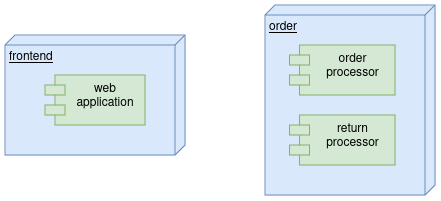
Earlier version of the draw.io export workflows/components_architecture.png (movies-albrains/.github). Source tidied: cells renumbered, new cells last; positions are measured from the earlier drawing's top-left corner, leaving out a move shared by most shapes.
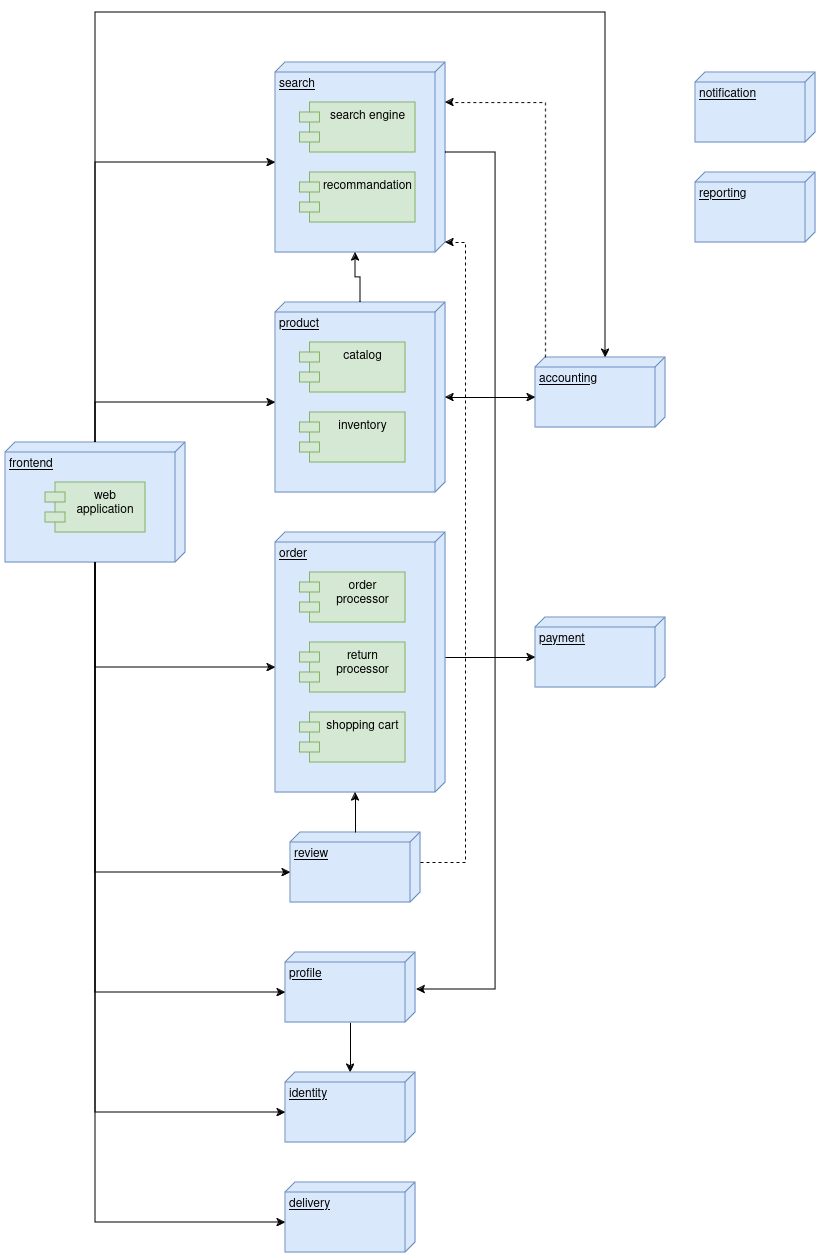
Above is the later version.

Change to the diagram source:
```diff
@@ -9,7 +9,7 @@
       <mxGeometry x="40" y="40" width="100" height="50" as="geometry" />
     </mxCell>
     <mxCell id="4" value="order" style="verticalAlign=top;align=left;spacingTop=8;spacingLeft=2;spacingRight=12;shape=cube;size=10;direction=south;fontStyle=4;html=1;whiteSpace=wrap;fillColor=#dae8fc;strokeColor=#6c8ebf;" parent="1" vertex="1">
-      <mxGeometry x="260" width="170" height="190" as="geometry" />
+      <mxGeometry x="270" y="120" width="170" height="260" as="geometry" />
     </mxCell>
     <mxCell id="5" value="order processor" style="shape=module;align=left;spacingLeft=20;align=center;verticalAlign=top;whiteSpace=wrap;html=1;fillColor=#d5e8d4;strokeColor=#82b366;" parent="4" vertex="1">
       <mxGeometry x="24.5" y="40" width="105.5" height="50" as="geometry" />
@@ -17,5 +17,136 @@
     <mxCell id="6" value="return processor" style="shape=module;align=left;spacingLeft=20;align=center;verticalAlign=top;whiteSpace=wrap;html=1;fillColor=#d5e8d4;strokeColor=#82b366;" parent="4" vertex="1">
       <mxGeometry x="24.5" y="110" width="105.5" height="50" as="geometry" />
     </mxCell>
+    <mxCell id="7" value="shopping cart" style="shape=module;align=left;spacingLeft=20;align=center;verticalAlign=top;whiteSpace=wrap;html=1;fillColor=#d5e8d4;strokeColor=#82b366;" parent="4" vertex="1">
+      <mxGeometry x="24.5" y="180" width="105.5" height="50" as="geometry" />
+    </mxCell>
+    <mxCell id="8" value="accounting" style="verticalAlign=top;align=left;spacingTop=8;spacingLeft=2;spacingRight=12;shape=cube;size=10;direction=south;fontStyle=4;html=1;whiteSpace=wrap;fillColor=#dae8fc;strokeColor=#6c8ebf;" parent="1" vertex="1">
+      <mxGeometry x="530" y="-55" width="130" height="70" as="geometry" />
+    </mxCell>
+    <mxCell id="9" value="payment" style="verticalAlign=top;align=left;spacingTop=8;spacingLeft=2;spacingRight=12;shape=cube;size=10;direction=south;fontStyle=4;html=1;whiteSpace=wrap;fillColor=#dae8fc;strokeColor=#6c8ebf;" parent="1" vertex="1">
+      <mxGeometry x="530" y="205" width="130" height="70" as="geometry" />
+    </mxCell>
+    <mxCell id="10" value="notification" style="verticalAlign=top;align=left;spacingTop=8;spacingLeft=2;spacingRight=12;shape=cube;size=10;direction=south;fontStyle=4;html=1;whiteSpace=wrap;fillColor=#dae8fc;strokeColor=#6c8ebf;" parent="1" vertex="1">
+      <mxGeometry x="690" y="-340" width="120" height="70" as="geometry" />
+    </mxCell>
+    <mxCell id="11" value="reporting" style="verticalAlign=top;align=left;spacingTop=8;spacingLeft=2;spacingRight=12;shape=cube;size=10;direction=south;fontStyle=4;html=1;whiteSpace=wrap;fillColor=#dae8fc;strokeColor=#6c8ebf;" parent="1" vertex="1">
+      <mxGeometry x="690" y="-240" width="120" height="70" as="geometry" />
+    </mxCell>
+    <mxCell id="12" value="product" style="verticalAlign=top;align=left;spacingTop=8;spacingLeft=2;spacingRight=12;shape=cube;size=10;direction=south;fontStyle=4;html=1;whiteSpace=wrap;fillColor=#dae8fc;strokeColor=#6c8ebf;" parent="1" vertex="1">
+      <mxGeometry x="270" y="-110" width="170" height="190" as="geometry" />
+    </mxCell>
+    <mxCell id="13" value="catalog" style="shape=module;align=left;spacingLeft=20;align=center;verticalAlign=top;whiteSpace=wrap;html=1;fillColor=#d5e8d4;strokeColor=#82b366;" parent="12" vertex="1">
+      <mxGeometry x="24.5" y="40" width="105.5" height="50" as="geometry" />
+    </mxCell>
+    <mxCell id="14" value="inventory" style="shape=module;align=left;spacingLeft=20;align=center;verticalAlign=top;whiteSpace=wrap;html=1;fillColor=#d5e8d4;strokeColor=#82b366;" parent="12" vertex="1">
+      <mxGeometry x="24.5" y="110" width="105.5" height="50" as="geometry" />
+    </mxCell>
+    <mxCell id="15" style="edgeStyle=orthogonalEdgeStyle;rounded=0;jettySize=auto;html=1;" parent="1" edge="1" source="16" target="17">
+      <mxGeometry relative="1" as="geometry" />
+    </mxCell>
+    <mxCell id="16" value="profile" style="verticalAlign=top;align=left;spacingTop=8;spacingLeft=2;spacingRight=12;shape=cube;size=10;direction=south;fontStyle=4;html=1;whiteSpace=wrap;fillColor=#dae8fc;strokeColor=#6c8ebf;" parent="1" vertex="1">
+      <mxGeometry x="280" y="540" width="130" height="70" as="geometry" />
+    </mxCell>
+    <mxCell id="17" value="identity" style="verticalAlign=top;align=left;spacingTop=8;spacingLeft=2;spacingRight=12;shape=cube;size=10;direction=south;fontStyle=4;html=1;whiteSpace=wrap;fillColor=#dae8fc;strokeColor=#6c8ebf;" parent="1" vertex="1">
+      <mxGeometry x="280" y="660" width="130" height="70" as="geometry" />
+    </mxCell>
+    <mxCell id="18" value="review" style="verticalAlign=top;align=left;spacingTop=8;spacingLeft=2;spacingRight=12;shape=cube;size=10;direction=south;fontStyle=4;html=1;whiteSpace=wrap;fillColor=#dae8fc;strokeColor=#6c8ebf;" parent="1" vertex="1">
+      <mxGeometry x="285" y="420" width="130" height="70" as="geometry" />
+    </mxCell>
+    <mxCell id="19" value="search" style="verticalAlign=top;align=left;spacingTop=8;spacingLeft=2;spacingRight=12;shape=cube;size=10;direction=south;fontStyle=4;html=1;whiteSpace=wrap;fillColor=#dae8fc;strokeColor=#6c8ebf;" parent="1" vertex="1">
+      <mxGeometry x="270" y="-350" width="170" height="190" as="geometry" />
+    </mxCell>
+    <mxCell id="20" value="search engine" style="shape=module;align=left;spacingLeft=20;align=center;verticalAlign=top;whiteSpace=wrap;html=1;fillColor=#d5e8d4;strokeColor=#82b366;" parent="19" vertex="1">
+      <mxGeometry x="24.5" y="40" width="115.5" height="50" as="geometry" />
+    </mxCell>
+    <mxCell id="21" value="recommandation" style="shape=module;align=left;spacingLeft=20;align=center;verticalAlign=top;whiteSpace=wrap;html=1;fillColor=#d5e8d4;strokeColor=#82b366;" parent="19" vertex="1">
+      <mxGeometry x="24.5" y="110" width="115.5" height="50" as="geometry" />
+    </mxCell>
+    <mxCell id="22" value="delivery" style="verticalAlign=top;align=left;spacingTop=8;spacingLeft=2;spacingRight=12;shape=cube;size=10;direction=south;fontStyle=4;html=1;whiteSpace=wrap;fillColor=#dae8fc;strokeColor=#6c8ebf;" parent="1" vertex="1">
+      <mxGeometry x="280" y="770" width="130" height="70" as="geometry" />
+    </mxCell>
+    <mxCell id="23" style="edgeStyle=orthogonalEdgeStyle;rounded=0;jettySize=auto;html=1;exitX=0;exitY=0;exitDx=125;exitDy=0;exitPerimeter=0;entryX=0;entryY=0;entryDx=40;entryDy=130;entryPerimeter=0;" parent="1" edge="1" source="4" target="9">
+      <mxGeometry relative="1" as="geometry" />
+    </mxCell>
+    <mxCell id="24" style="edgeStyle=orthogonalEdgeStyle;rounded=0;jettySize=auto;html=1;entryX=0;entryY=0;entryDx=40;entryDy=130;entryPerimeter=0;startArrow=classic;startFill=1;" parent="1" edge="1" source="12" target="8">
+      <mxGeometry relative="1" as="geometry" />
+    </mxCell>
+    <mxCell id="25" style="edgeStyle=orthogonalEdgeStyle;rounded=0;jettySize=auto;html=1;exitX=0;exitY=0;exitDx=90;exitDy=0;exitPerimeter=0;entryX=0.529;entryY=-0.008;entryDx=0;entryDy=0;entryPerimeter=0;" parent="1" edge="1" source="19" target="16">
+      <mxGeometry relative="1" as="geometry">
+        <Array as="points">
+          <mxPoint x="490" y="-260" />
+          <mxPoint x="490" y="577" />
+        </Array>
+      </mxGeometry>
+    </mxCell>
+    <mxCell id="26" style="edgeStyle=orthogonalEdgeStyle;rounded=0;jettySize=auto;html=1;entryX=0;entryY=0;entryDx=100;entryDy=170;entryPerimeter=0;" parent="1" edge="1" source="2" target="12">
+      <mxGeometry relative="1" as="geometry">
+        <Array as="points">
+          <mxPoint x="90" y="-10" />
+        </Array>
+      </mxGeometry>
+    </mxCell>
+    <mxCell id="27" style="edgeStyle=orthogonalEdgeStyle;rounded=0;jettySize=auto;html=1;entryX=0;entryY=0;entryDx=135;entryDy=170;entryPerimeter=0;" parent="1" edge="1" source="2" target="4">
+      <mxGeometry relative="1" as="geometry">
+        <Array as="points">
+          <mxPoint x="90" y="255" />
+        </Array>
+      </mxGeometry>
+    </mxCell>
+    <mxCell id="28" style="edgeStyle=orthogonalEdgeStyle;rounded=0;jettySize=auto;html=1;entryX=0;entryY=0;entryDx=40;entryDy=130;entryPerimeter=0;" parent="1" edge="1" source="2" target="18">
+      <mxGeometry relative="1" as="geometry">
+        <Array as="points">
+          <mxPoint x="90" y="460" />
+        </Array>
+      </mxGeometry>
+    </mxCell>
+    <mxCell id="29" style="edgeStyle=orthogonalEdgeStyle;rounded=0;jettySize=auto;html=1;entryX=0;entryY=0;entryDx=40;entryDy=130;entryPerimeter=0;" parent="1" edge="1" source="2" target="16">
+      <mxGeometry relative="1" as="geometry">
+        <Array as="points">
+          <mxPoint x="90" y="580" />
+        </Array>
+      </mxGeometry>
+    </mxCell>
+    <mxCell id="30" style="edgeStyle=orthogonalEdgeStyle;rounded=0;jettySize=auto;html=1;entryX=0;entryY=0;entryDx=40;entryDy=130;entryPerimeter=0;" parent="1" edge="1" source="2" target="17">
+      <mxGeometry relative="1" as="geometry">
+        <Array as="points">
+          <mxPoint x="90" y="700" />
+        </Array>
+      </mxGeometry>
+    </mxCell>
+    <mxCell id="31" style="edgeStyle=orthogonalEdgeStyle;rounded=0;jettySize=auto;html=1;entryX=0;entryY=0;entryDx=40;entryDy=130;entryPerimeter=0;" parent="1" edge="1" source="2" target="22">
+      <mxGeometry relative="1" as="geometry">
+        <Array as="points">
+          <mxPoint x="90" y="810" />
+        </Array>
+      </mxGeometry>
+    </mxCell>
+    <mxCell id="32" style="edgeStyle=orthogonalEdgeStyle;rounded=0;jettySize=auto;html=1;entryX=0;entryY=0;entryDx=100;entryDy=170;entryPerimeter=0;" parent="1" edge="1" source="2" target="19">
+      <mxGeometry relative="1" as="geometry">
+        <Array as="points">
+          <mxPoint x="90" y="-250" />
+        </Array>
+      </mxGeometry>
+    </mxCell>
+    <mxCell id="33" style="edgeStyle=orthogonalEdgeStyle;rounded=0;jettySize=auto;html=1;entryX=0;entryY=0;entryDx=190;entryDy=90;entryPerimeter=0;" parent="1" edge="1" source="12" target="19">
+      <mxGeometry relative="1" as="geometry" />
+    </mxCell>
+    <mxCell id="34" style="edgeStyle=orthogonalEdgeStyle;rounded=0;jettySize=auto;html=1;entryX=0;entryY=0;entryDx=0;entryDy=60;entryPerimeter=0;" parent="1" edge="1" source="2" target="8">
+      <mxGeometry relative="1" as="geometry">
+        <Array as="points">
+          <mxPoint x="90" y="-400" />
+          <mxPoint x="600" y="-400" />
+        </Array>
+      </mxGeometry>
+    </mxCell>
+    <mxCell id="35" style="edgeStyle=orthogonalEdgeStyle;rounded=0;jettySize=auto;html=1;exitX=0;exitY=0;exitDx=0;exitDy=120;exitPerimeter=0;entryX=0.211;entryY=0;entryDx=0;entryDy=0;entryPerimeter=0;dashed=1;" parent="1" edge="1" source="8" target="19">
+      <mxGeometry relative="1" as="geometry" />
+    </mxCell>
+    <mxCell id="36" style="edgeStyle=orthogonalEdgeStyle;rounded=0;jettySize=auto;html=1;exitX=0;exitY=0;exitDx=30;exitDy=0;exitPerimeter=0;entryX=0;entryY=0;entryDx=180;entryDy=0;entryPerimeter=0;dashed=1;" parent="1" edge="1" source="18" target="19">
+      <mxGeometry relative="1" as="geometry" />
+    </mxCell>
+    <mxCell id="37" style="edgeStyle=orthogonalEdgeStyle;rounded=0;jettySize=auto;html=1;entryX=0;entryY=0;entryDx=260;entryDy=90;entryPerimeter=0;" parent="1" edge="1" source="18" target="4">
+      <mxGeometry relative="1" as="geometry" />
+    </mxCell>
   </root>
 </mxGraphModel>
```
